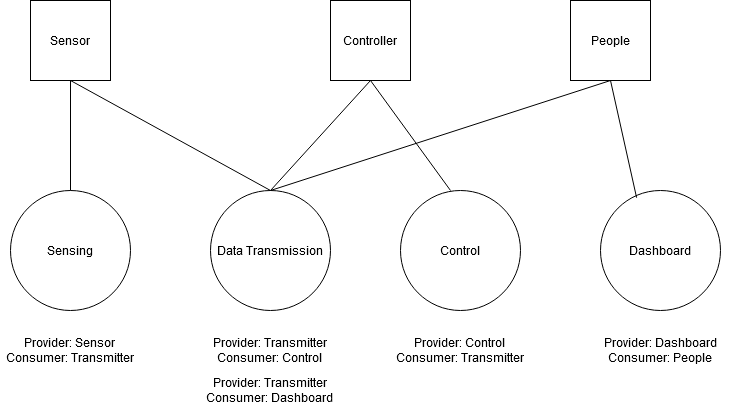
The draw.io diagram Untitled Diagram.png in shadow17t/matkul_pabo, before a commit. Source tidied: cells renumbered, new cells last; positions are measured from the earlier drawing's top-left corner, leaving out a move shared by most shapes.
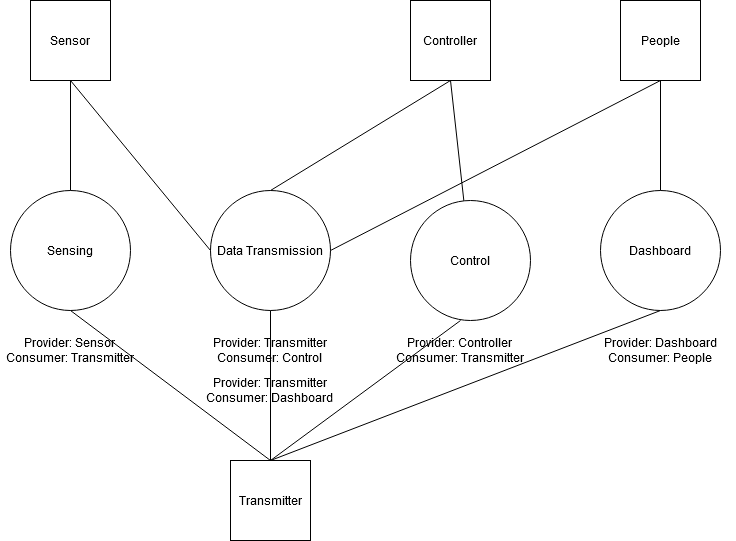
The same diagram one commit later.

What changed in the source:
```diff
@@ -6,7 +6,7 @@
       <mxGeometry x="10" y="190" width="120" height="120" as="geometry" />
     </mxCell>
     <mxCell id="3" value="Control" style="ellipse;whiteSpace=wrap;html=1;" parent="1" vertex="1">
-      <mxGeometry x="400" y="190" width="120" height="120" as="geometry" />
+      <mxGeometry x="410" y="200" width="120" height="120" as="geometry" />
     </mxCell>
     <mxCell id="4" value="Dashboard" style="ellipse;whiteSpace=wrap;html=1;" parent="1" vertex="1">
       <mxGeometry x="600" y="190" width="120" height="120" as="geometry" />
@@ -20,22 +20,22 @@
     <mxCell id="7" value="&lt;div&gt;Provider: Transmitter&lt;/div&gt;&lt;div&gt;Consumer: Control&lt;br&gt;&lt;/div&gt;" style="text;html=1;strokeColor=none;fillColor=none;align=center;verticalAlign=middle;whiteSpace=wrap;rounded=0;" parent="1" vertex="1">
       <mxGeometry x="205" y="340" width="130" height="20" as="geometry" />
     </mxCell>
-    <mxCell id="8" value="&lt;div&gt;Provider: Control&lt;/div&gt;&lt;div&gt;Consumer: Transmitter&lt;br&gt;&lt;/div&gt;" style="text;html=1;strokeColor=none;fillColor=none;align=center;verticalAlign=middle;whiteSpace=wrap;rounded=0;" parent="1" vertex="1">
+    <mxCell id="8" value="&lt;div&gt;Provider: Controller&lt;/div&gt;&lt;div&gt;Consumer: Transmitter&lt;br&gt;&lt;/div&gt;" style="text;html=1;strokeColor=none;fillColor=none;align=center;verticalAlign=middle;whiteSpace=wrap;rounded=0;" parent="1" vertex="1">
       <mxGeometry x="385" y="340" width="150" height="20" as="geometry" />
     </mxCell>
     <mxCell id="9" value="&lt;div&gt;Provider: Dashboard&lt;/div&gt;&lt;div&gt;Consumer: People&lt;br&gt;&lt;/div&gt;" style="text;html=1;strokeColor=none;fillColor=none;align=center;verticalAlign=middle;whiteSpace=wrap;rounded=0;" parent="1" vertex="1">
       <mxGeometry x="585" y="340" width="150" height="20" as="geometry" />
     </mxCell>
     <mxCell id="10" value="Controller" style="whiteSpace=wrap;html=1;" parent="1" vertex="1">
-      <mxGeometry x="330" width="80" height="80" as="geometry" />
+      <mxGeometry x="410" width="80" height="80" as="geometry" />
     </mxCell>
     <mxCell id="11" value="Sensor" style="whiteSpace=wrap;html=1;" parent="1" vertex="1">
       <mxGeometry x="30" width="80" height="80" as="geometry" />
     </mxCell>
     <mxCell id="12" value="People" style="whiteSpace=wrap;html=1;" parent="1" vertex="1">
-      <mxGeometry x="570" width="80" height="80" as="geometry" />
+      <mxGeometry x="620" width="80" height="80" as="geometry" />
     </mxCell>
-    <mxCell id="13" style="endArrow=none;html=1;entryX=0.5;entryY=1;entryDx=0;entryDy=0;exitX=0.5;exitY=0;exitDx=0;exitDy=0;" parent="1" edge="1" source="5" target="11">
+    <mxCell id="13" style="endArrow=none;html=1;" parent="1" edge="1" source="5" target="20">
       <mxGeometry relative="1" as="geometry" />
     </mxCell>
     <mxCell id="14" style="endArrow=none;html=1;entryX=0.5;entryY=1;entryDx=0;entryDy=0;exitX=0.5;exitY=0;exitDx=0;exitDy=0;" parent="1" edge="1" source="2" target="11">
@@ -44,19 +44,36 @@
     <mxCell id="15" style="endArrow=none;html=1;entryX=0.5;entryY=1;entryDx=0;entryDy=0;exitX=0.5;exitY=0;exitDx=0;exitDy=0;" parent="1" edge="1" source="5" target="10">
       <mxGeometry relative="1" as="geometry" />
     </mxCell>
-    <mxCell id="16" style="endArrow=none;html=1;entryX=0.5;entryY=1;entryDx=0;entryDy=0;" parent="1" edge="1" target="10">
-      <mxGeometry relative="1" as="geometry">
-        <mxPoint x="450" y="190" as="sourcePoint" />
-      </mxGeometry>
+    <mxCell id="16" style="endArrow=none;html=1;entryX=0.5;entryY=1;entryDx=0;entryDy=0;" parent="1" edge="1" source="3" target="10">
+      <mxGeometry relative="1" as="geometry" />
     </mxCell>
-    <mxCell id="17" style="endArrow=none;html=1;exitX=0.5;exitY=0;exitDx=0;exitDy=0;entryX=0.5;entryY=1;entryDx=0;entryDy=0;" parent="1" edge="1" source="5" target="12">
-      <mxGeometry relative="1" as="geometry" />
-    </mxCell>
-    <mxCell id="18" style="endArrow=none;html=1;entryX=0.5;entryY=1;entryDx=0;entryDy=0;exitX=0.301;exitY=0.06;exitDx=0;exitDy=0;exitPerimeter=0;" parent="1" edge="1" source="4" target="12">
+    <mxCell id="18" style="endArrow=none;html=1;entryX=0.5;entryY=1;entryDx=0;entryDy=0;exitX=0.5;exitY=0;exitDx=0;exitDy=0;" parent="1" edge="1" source="4" target="12">
       <mxGeometry relative="1" as="geometry" />
     </mxCell>
     <mxCell id="19" value="&lt;div&gt;Provider: Transmitter&lt;/div&gt;&lt;div&gt;Consumer: Dashboard&lt;br&gt;&lt;/div&gt;" style="text;html=1;strokeColor=none;fillColor=none;align=center;verticalAlign=middle;whiteSpace=wrap;rounded=0;" parent="1" vertex="1">
       <mxGeometry x="195" y="380" width="150" height="20" as="geometry" />
     </mxCell>
+    <mxCell id="20" value="Transmitter" style="whiteSpace=wrap;html=1;" parent="1" vertex="1">
+      <mxGeometry x="230" y="460" width="80" height="80" as="geometry" />
+    </mxCell>
+    <mxCell id="21" style="endArrow=none;html=1;exitX=0;exitY=0.5;exitDx=0;exitDy=0;entryX=0.5;entryY=1;entryDx=0;entryDy=0;" parent="1" edge="1" source="5" target="11">
+      <mxGeometry relative="1" as="geometry" />
+    </mxCell>
+    <mxCell id="22" style="endArrow=none;html=1;entryX=0.5;entryY=1;entryDx=0;entryDy=0;" parent="1" edge="1" target="12">
+      <mxGeometry relative="1" as="geometry">
+        <mxPoint x="330" y="250" as="sourcePoint" />
+      </mxGeometry>
+    </mxCell>
+    <mxCell id="23" style="endArrow=none;html=1;exitX=0.5;exitY=1;exitDx=0;exitDy=0;" parent="1" edge="1" source="2">
+      <mxGeometry relative="1" as="geometry">
+        <mxPoint x="270" y="460" as="targetPoint" />
+      </mxGeometry>
+    </mxCell>
+    <mxCell id="24" style="endArrow=none;html=1;exitX=0.417;exitY=1;exitDx=0;exitDy=0;exitPerimeter=0;entryX=0.5;entryY=0;entryDx=0;entryDy=0;" parent="1" edge="1" source="3" target="20">
+      <mxGeometry relative="1" as="geometry" />
+    </mxCell>
+    <mxCell id="25" style="endArrow=none;html=1;exitX=0.5;exitY=1;exitDx=0;exitDy=0;entryX=0.5;entryY=0;entryDx=0;entryDy=0;" parent="1" edge="1" source="4" target="20">
+      <mxGeometry relative="1" as="geometry" />
+    </mxCell>
   </root>
 </mxGraphModel>
```
